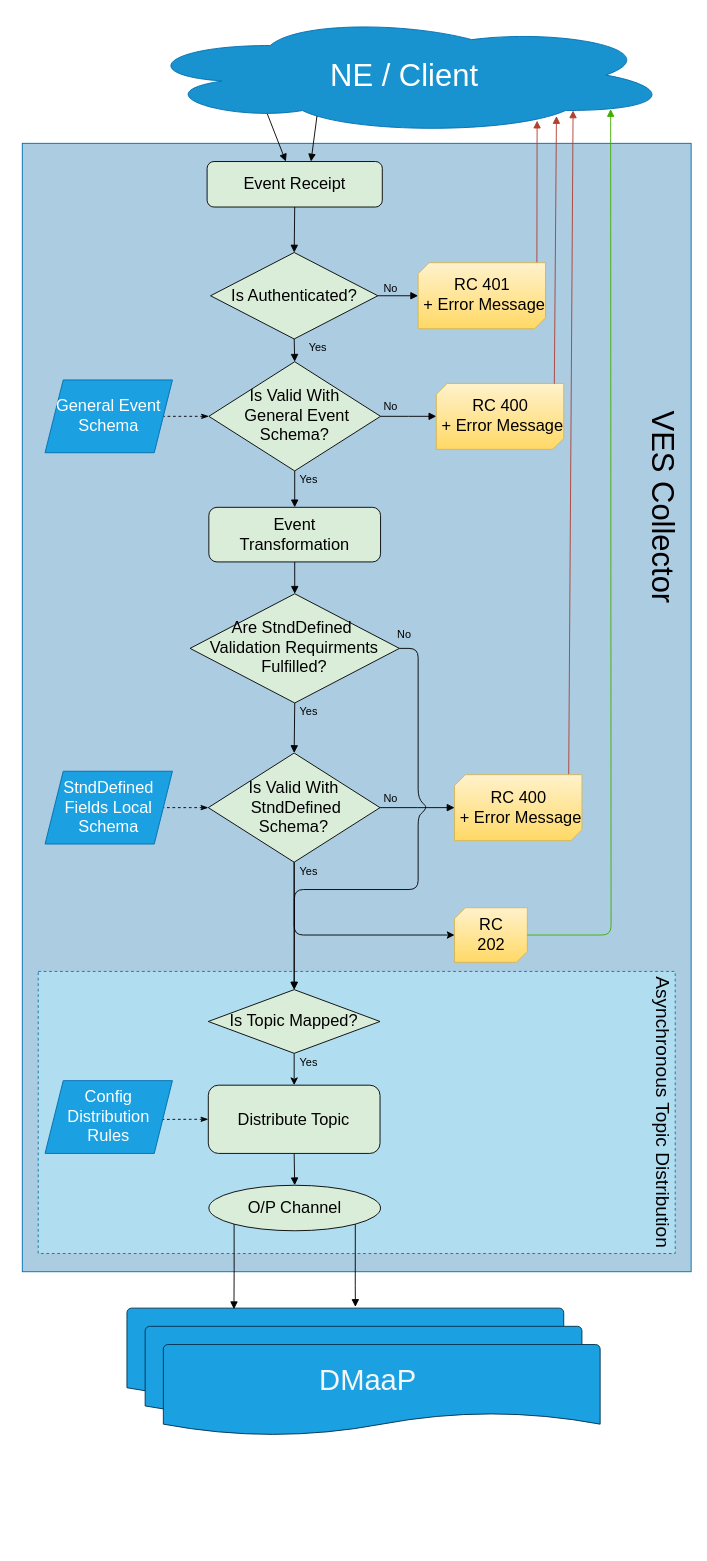
Earlier version of the draw.io diagram docs/sections/services/ves-http/ves-processing-flow.drawio (onap/dcaegen2). Source tidied: cells renumbered, new cells numbered last; positions are measured from the earlier drawing's top-left corner, leaving out a move shared by most shapes. Both pictures are drawn from the tidied source at 91%, with x=0, y=0 at pixel (22, 15).
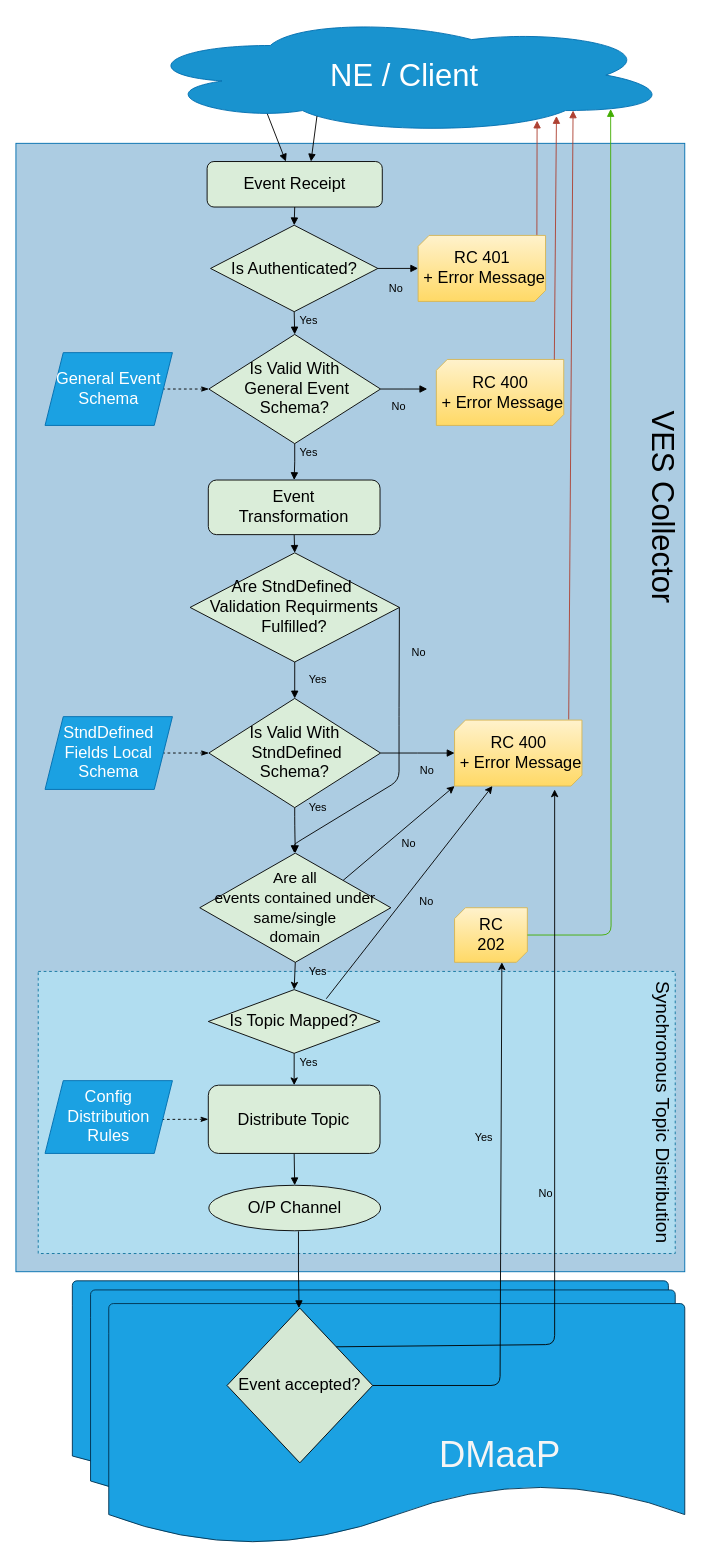
The same page after the edit.

Commit message (it also covers changes not shown here):
Adjust documentation after replacing cambria with DmaaP client

The change refers to these unchanged cells:
```xml
<mxCell id="23" value="Is Topic Mapped?" style="rhombus;whiteSpace=wrap;html=1;fontFamily=Helvetica;fontSize=18;fontColor=#000000;align=center;strokeColor=#000000;fillColor=#DAEDD9;" parent="1" vertex="1">
  <mxGeometry x="204.4" y="1070" width="188.7" height="70" as="geometry" />
</mxCell>
<mxCell id="24" value="&lt;font style=&quot;font-size: 18px&quot;&gt;RC&lt;br style=&quot;font-size: 18px&quot;&gt;202&lt;br&gt;&lt;/font&gt;" style="verticalLabelPosition=middle;verticalAlign=middle;html=1;shape=mxgraph.basic.diag_snip_rect;dx=6;fillColor=#fff2cc;labelPosition=center;align=center;strokeColor=#d6b656;gradientColor=#ffd966;fontSize=18;" parent="1" vertex="1">
  <mxGeometry x="475" y="980" width="80" height="60" as="geometry" />
</mxCell>
<mxCell id="43" value="O/P Channel" style="ellipse;whiteSpace=wrap;html=1;fontFamily=Helvetica;fontSize=18;fontColor=#000000;align=center;strokeColor=#000000;fillColor=#DAEDD9;" parent="1" vertex="1">
  <mxGeometry x="205" y="1285" width="188.7" height="50" as="geometry" />
</mxCell>
```

The edit, as a diff of the source:
```diff
@@
+    <mxCell id="60" style="strokeWidth=1;html=1;shape=mxgraph.flowchart.document2;whiteSpace=wrap;size=0.25;fillColor=#1ba1e2;fontSize=18;fontColor=#ffffff;strokeColor=#00314F;" parent="1" vertex="1">
+      <mxGeometry x="55" y="1390" width="655" height="220" as="geometry" />
+    </mxCell>
     <mxCell id="2" style="rounded=0;whiteSpace=wrap;html=1;fontFamily=Helvetica;fontSize=12;fontColor=#ffffff;align=left;strokeColor=#006EAF;fillColor=#ACCCE2;" parent="1" vertex="1">
-      <mxGeometry y="140" width="735" height="1240" as="geometry" />
+      <mxGeometry x="-7" y="140" width="735" height="1240" as="geometry" />
     </mxCell>
@@
-    <mxCell id="6" style="edgeStyle=orthogonalEdgeStyle;rounded=0;jettySize=auto;html=1;exitX=1;exitY=0.5;exitDx=0;exitDy=0;entryX=0;entryY=0.5;entryDx=0;entryDy=0;entryPerimeter=0;endArrow=block;endFill=1;fontSize=18;" parent="1" edge="1" source="7">
-      <mxGeometry relative="1" as="geometry">
-        <mxPoint x="435" y="307.5" as="targetPoint" />
-      </mxGeometry>
+    <mxCell id="6" style="edgeStyle=orthogonalEdgeStyle;rounded=0;jettySize=auto;html=1;exitX=1;exitY=0.5;exitDx=0;exitDy=0;entryX=0;entryY=0.5;entryDx=0;entryDy=0;entryPerimeter=0;endArrow=block;endFill=1;fontSize=18;" parent="1" edge="1" source="7" target="44">
+      <mxGeometry relative="1" as="geometry" />
     </mxCell>
     <mxCell id="7" value="&lt;font style=&quot;font-size: 18px&quot;&gt;Is Authenticated?&lt;/font&gt;" style="rhombus;whiteSpace=wrap;html=1;fillColor=#DAEDD9;fontSize=18;" parent="1" vertex="1">
-      <mxGeometry x="206.9" y="260" width="183.8" height="95" as="geometry" />
+      <mxGeometry x="206.9" y="230" width="183.8" height="95" as="geometry" />
     </mxCell>
@@
-    <mxCell id="10" style="edgeStyle=orthogonalEdgeStyle;rounded=0;jettySize=auto;html=1;exitX=1;exitY=0.5;exitDx=0;exitDy=0;entryX=0;entryY=0.5;entryDx=0;entryDy=0;entryPerimeter=0;endArrow=block;endFill=1;fontSize=18;" parent="1" edge="1" source="11">
+    <mxCell id="10" style="edgeStyle=orthogonalEdgeStyle;rounded=0;jettySize=auto;html=1;exitX=1;exitY=0.5;exitDx=0;exitDy=0;endArrow=block;endFill=1;fontSize=18;" parent="1" edge="1" source="11">
       <mxGeometry relative="1" as="geometry">
-        <mxPoint x="455" y="440" as="targetPoint" />
+        <mxPoint x="445" y="410" as="targetPoint" />
       </mxGeometry>
     </mxCell>
     <mxCell id="11" value="Is Valid With&lt;br&gt;&amp;nbsp;General Event&lt;br&gt;Schema?" style="rhombus;whiteSpace=wrap;html=1;fillColor=#DAEDD9;fontSize=18;" parent="1" vertex="1">
-      <mxGeometry x="205" y="380" width="188.7" height="120" as="geometry" />
+      <mxGeometry x="205" y="350" width="188.7" height="120" as="geometry" />
     </mxCell>
     <mxCell id="12" value="General Event Schema" style="shape=parallelogram;perimeter=parallelogramPerimeter;whiteSpace=wrap;html=1;fixedSize=1;fillColor=#1ba1e2;fontSize=18;strokeColor=#006EAF;fontColor=#ffffff;" parent="1" vertex="1">
-      <mxGeometry x="25" y="400" width="140" height="80" as="geometry" />
+      <mxGeometry x="25" y="370" width="140" height="80" as="geometry" />
     </mxCell>
@@
     <mxCell id="14" value="Event&lt;br&gt;Transformation" style="rounded=1;whiteSpace=wrap;html=1;fontFamily=Helvetica;fontSize=18;fontColor=#000000;align=center;strokeColor=#000000;fillColor=#DAEDD9;" parent="1" vertex="1">
-      <mxGeometry x="205" y="540" width="188.7" height="60" as="geometry" />
+      <mxGeometry x="204.4" y="510" width="188.7" height="60" as="geometry" />
     </mxCell>
@@
-    <mxCell id="16" style="edgeStyle=orthogonalEdgeStyle;rounded=0;jettySize=auto;html=1;exitX=1;exitY=0.5;exitDx=0;exitDy=0;entryX=0;entryY=0.5;entryDx=0;entryDy=0;entryPerimeter=0;endArrow=block;endFill=1;fontSize=18;" parent="1" edge="1" source="18">
-      <mxGeometry relative="1" as="geometry">
-        <mxPoint x="475" y="870" as="targetPoint" />
-      </mxGeometry>
+    <mxCell id="16" style="edgeStyle=orthogonalEdgeStyle;rounded=0;jettySize=auto;html=1;exitX=1;exitY=0.5;exitDx=0;exitDy=0;entryX=0;entryY=0.5;entryDx=0;entryDy=0;entryPerimeter=0;endArrow=block;endFill=1;fontSize=18;" parent="1" edge="1" source="18" target="46">
+      <mxGeometry relative="1" as="geometry" />
     </mxCell>
-    <mxCell id="17" style="edgeStyle=orthogonalEdgeStyle;rounded=1;jettySize=auto;html=1;exitX=0.5;exitY=1;exitDx=0;exitDy=0;entryX=0;entryY=0.5;entryDx=0;entryDy=0;entryPerimeter=0;" parent="1" edge="1" source="18" target="24">
+    <mxCell id="17" style="edgeStyle=orthogonalEdgeStyle;rounded=1;jettySize=auto;html=1;exitX=0.5;exitY=1;exitDx=0;exitDy=0;entryX=0.5;entryY=0;entryDx=0;entryDy=0;" parent="1" edge="1" source="18" target="69">
       <mxGeometry relative="1" as="geometry">
         <Array as="points">
-          <mxPoint x="299" y="1010" />
+          <mxPoint x="300" y="890" />
         </Array>
       </mxGeometry>
     </mxCell>
     <mxCell id="18" value="Is Valid With&lt;br&gt;&amp;nbsp;StndDefined &lt;br&gt;Schema?" style="rhombus;whiteSpace=wrap;html=1;fillColor=#DAEDD9;fontSize=18;" parent="1" vertex="1">
-      <mxGeometry x="204.4" y="810" width="188.7" height="120" as="geometry" />
+      <mxGeometry x="205" y="750" width="188.7" height="120" as="geometry" />
     </mxCell>
     <mxCell id="19" value="StndDefined&lt;br&gt;Fields Local&lt;br&gt;Schema" style="shape=parallelogram;perimeter=parallelogramPerimeter;whiteSpace=wrap;html=1;fixedSize=1;fillColor=#1ba1e2;fontSize=18;strokeColor=#006EAF;fontColor=#ffffff;" parent="1" vertex="1">
-      <mxGeometry x="25" y="830" width="140" height="80" as="geometry" />
+      <mxGeometry x="25" y="770" width="140" height="80" as="geometry" />
     </mxCell>
@@
-    <mxCell id="21" value="&lt;font style=&quot;font-size: 21px&quot;&gt;Asynchronous Topic Distribution&lt;/font&gt;" style="text;html=1;strokeColor=none;fillColor=none;align=center;verticalAlign=middle;whiteSpace=wrap;rounded=0;dashed=1;fontSize=18;rotation=90;" parent="1" vertex="1">
+    <mxCell id="21" value="&lt;font style=&quot;font-size: 21px&quot;&gt;Synchronous Topic Distribution&lt;/font&gt;" style="text;html=1;strokeColor=none;fillColor=none;align=center;verticalAlign=middle;whiteSpace=wrap;rounded=0;dashed=1;fontSize=18;rotation=90;" parent="1" vertex="1">
       <mxGeometry x="545" y="1195" width="320" height="20" as="geometry" />
     </mxCell>
@@
-    <mxCell id="30" style="edgeStyle=orthogonalEdgeStyle;rounded=0;jettySize=auto;html=1;exitX=0.5;exitY=1;exitDx=0;exitDy=0;entryX=0.5;entryY=0;entryDx=0;entryDy=0;endArrow=block;endFill=1;fontSize=18;" parent="1" edge="1" source="18" target="23">
-      <mxGeometry relative="1" as="geometry" />
-    </mxCell>
@@
-    <mxCell id="37" style="strokeWidth=1;html=1;shape=mxgraph.flowchart.document2;whiteSpace=wrap;size=0.25;fillColor=#1ba1e2;fontSize=18;fontColor=#ffffff;strokeColor=#00314F;" parent="1" vertex="1">
-      <mxGeometry x="115" y="1420" width="480" height="100" as="geometry" />
-    </mxCell>
-    <mxCell id="38" style="strokeWidth=1;html=1;shape=mxgraph.flowchart.document2;whiteSpace=wrap;size=0.25;fillColor=#1ba1e2;fontSize=18;fontColor=#ffffff;strokeColor=#00314F;" parent="1" vertex="1">
-      <mxGeometry x="135" y="1440" width="480" height="100" as="geometry" />
-    </mxCell>
-    <mxCell id="39" style="strokeWidth=1;html=1;shape=mxgraph.flowchart.document2;whiteSpace=wrap;size=0.25;fillColor=#1ba1e2;fontSize=18;fontColor=#ffffff;strokeColor=#00314F;" parent="1" vertex="1">
-      <mxGeometry x="155" y="1460" width="480" height="100" as="geometry" />
-    </mxCell>
-    <mxCell id="40" value="&lt;font style=&quot;font-size: 32px&quot;&gt;DMaaP&lt;/font&gt;" style="text;html=1;align=center;verticalAlign=middle;whiteSpace=wrap;rounded=0;fontSize=18;fontColor=#F5F5F5;" parent="1" vertex="1">
-      <mxGeometry x="360" y="1490" width="40" height="20" as="geometry" />
-    </mxCell>
-    <mxCell id="41" style="edgeStyle=orthogonalEdgeStyle;rounded=0;jettySize=auto;html=1;exitX=0;exitY=1;exitDx=0;exitDy=0;entryX=0.245;entryY=0.012;entryDx=0;entryDy=0;entryPerimeter=0;endArrow=block;endFill=1;fontSize=18;fontColor=#F5F5F5;" parent="1" edge="1" source="43" target="37">
-      <mxGeometry relative="1" as="geometry" />
-    </mxCell>
-    <mxCell id="42" style="edgeStyle=orthogonalEdgeStyle;rounded=0;jettySize=auto;html=1;exitX=1;exitY=1;exitDx=0;exitDy=0;entryX=0.523;entryY=-0.013;entryDx=0;entryDy=0;entryPerimeter=0;endArrow=block;endFill=1;fontSize=18;fontColor=#F5F5F5;" parent="1" edge="1" source="43" target="37">
-      <mxGeometry relative="1" as="geometry">
-        <Array as="points">
-          <mxPoint x="366" y="1395" />
-          <mxPoint x="366" y="1395" />
-        </Array>
-      </mxGeometry>
-    </mxCell>
@@
     <mxCell id="44" value="&lt;font style=&quot;font-size: 18px&quot;&gt;RC 401&lt;br&gt;&amp;nbsp;+ Error Message&lt;br&gt;&lt;/font&gt;" style="verticalLabelPosition=middle;verticalAlign=middle;html=1;shape=mxgraph.basic.diag_snip_rect;dx=6;fillColor=#fff2cc;labelPosition=center;align=center;strokeColor=#d6b656;gradientColor=#ffd966;fontSize=18;" parent="1" vertex="1">
-      <mxGeometry x="435" y="271.2" width="140" height="72.5" as="geometry" />
+      <mxGeometry x="435" y="241.2" width="140" height="72.5" as="geometry" />
     </mxCell>
     <mxCell id="45" value="&lt;font style=&quot;font-size: 18px&quot;&gt;RC 400&lt;br&gt;&amp;nbsp;+ Error Message&lt;br&gt;&lt;/font&gt;" style="verticalLabelPosition=middle;verticalAlign=middle;html=1;shape=mxgraph.basic.diag_snip_rect;dx=6;fillColor=#fff2cc;labelPosition=center;align=center;strokeColor=#d6b656;gradientColor=#ffd966;fontSize=18;" parent="1" vertex="1">
-      <mxGeometry x="455" y="403.8" width="140" height="72.5" as="geometry" />
+      <mxGeometry x="455" y="377.5" width="140" height="72.5" as="geometry" />
     </mxCell>
     <mxCell id="46" value="&lt;font style=&quot;font-size: 18px&quot;&gt;RC 400&lt;br&gt;&amp;nbsp;+ Error Message&lt;br&gt;&lt;/font&gt;" style="verticalLabelPosition=middle;verticalAlign=middle;html=1;shape=mxgraph.basic.diag_snip_rect;dx=6;fillColor=#fff2cc;labelPosition=center;align=center;strokeColor=#d6b656;gradientColor=#ffd966;fontSize=18;" parent="1" vertex="1">
-      <mxGeometry x="475" y="833.8" width="140" height="72.5" as="geometry" />
+      <mxGeometry x="475" y="773.8" width="140" height="72.5" as="geometry" />
     </mxCell>
@@
     <mxCell id="48" value="No" style="text;html=1;strokeColor=none;fillColor=none;align=center;verticalAlign=middle;whiteSpace=wrap;rounded=0;" parent="1" vertex="1">
-      <mxGeometry x="385" y="290" width="40" height="20" as="geometry" />
+      <mxGeometry x="390.6" y="290" width="40" height="20" as="geometry" />
     </mxCell>
     <mxCell id="49" value="No" style="text;html=1;strokeColor=none;fillColor=none;align=center;verticalAlign=middle;whiteSpace=wrap;rounded=0;" parent="1" vertex="1">
-      <mxGeometry x="385" y="420" width="40" height="20" as="geometry" />
+      <mxGeometry x="393.7" y="420" width="40" height="20" as="geometry" />
     </mxCell>
     <mxCell id="50" value="No" style="text;html=1;strokeColor=none;fillColor=none;align=center;verticalAlign=middle;whiteSpace=wrap;rounded=0;" parent="1" vertex="1">
-      <mxGeometry x="385" y="850" width="40" height="20" as="geometry" />
+      <mxGeometry x="425" y="820" width="40" height="20" as="geometry" />
     </mxCell>
     <mxCell id="51" value="Yes" style="text;html=1;strokeColor=none;fillColor=none;align=center;verticalAlign=middle;whiteSpace=wrap;rounded=0;" parent="1" vertex="1">
-      <mxGeometry x="305" y="355" width="40" height="20" as="geometry" />
+      <mxGeometry x="295" y="325" width="40" height="20" as="geometry" />
     </mxCell>
     <mxCell id="52" value="&lt;font style=&quot;font-size: 18px&quot;&gt;Are StndDefined&amp;nbsp;&lt;br&gt;Validation Requirments&lt;br&gt;Fulfilled?&lt;br&gt;&lt;/font&gt;" style="rhombus;whiteSpace=wrap;html=1;fillColor=#DAEDD9;fontSize=18;" parent="1" vertex="1">
-      <mxGeometry x="184.4" y="635" width="230" height="120" as="geometry" />
+      <mxGeometry x="184.4" y="590" width="230" height="120" as="geometry" />
     </mxCell>
     <mxCell id="53" value="Yes" style="text;html=1;strokeColor=none;fillColor=none;align=center;verticalAlign=middle;whiteSpace=wrap;rounded=0;" parent="1" vertex="1">
-      <mxGeometry x="295" y="500" width="40" height="20" as="geometry" />
+      <mxGeometry x="295" y="470" width="40" height="20" as="geometry" />
     </mxCell>
@@
     <mxCell id="55" value="Yes" style="text;html=1;strokeColor=none;fillColor=none;align=center;verticalAlign=middle;whiteSpace=wrap;rounded=0;" parent="1" vertex="1">
-      <mxGeometry x="295" y="755" width="40" height="20" as="geometry" />
+      <mxGeometry x="305" y="720" width="40" height="20" as="geometry" />
     </mxCell>
-    <mxCell id="56" style="endArrow=block;html=1;exitX=1;exitY=0.5;exitDx=0;exitDy=0;endFill=1;entryX=0.5;entryY=0;entryDx=0;entryDy=0;" parent="1" edge="1" source="52" target="23">
+    <mxCell id="56" style="endArrow=block;html=1;exitX=1;exitY=0.5;exitDx=0;exitDy=0;endFill=1;" parent="1" edge="1" source="52">
       <mxGeometry relative="1" as="geometry">
+        <mxPoint x="299" y="920" as="targetPoint" />
         <Array as="points">
-          <mxPoint x="435" y="695" />
-          <mxPoint x="435" y="860" />
-          <mxPoint x="445" y="870" />
-          <mxPoint x="435" y="880" />
-          <mxPoint x="435" y="960" />
-          <mxPoint x="299" y="960" />
+          <mxPoint x="414" y="770" />
+          <mxPoint x="414" y="840" />
+          <mxPoint x="299" y="910" />
         </Array>
       </mxGeometry>
     </mxCell>
     <mxCell id="57" value="Yes" style="text;html=1;strokeColor=none;fillColor=none;align=center;verticalAlign=middle;whiteSpace=wrap;rounded=0;" parent="1" vertex="1">
-      <mxGeometry x="295" y="930" width="40" height="20" as="geometry" />
+      <mxGeometry x="305" y="860" width="40" height="20" as="geometry" />
     </mxCell>
     <mxCell id="58" value="No" style="text;html=1;strokeColor=none;fillColor=none;align=center;verticalAlign=middle;whiteSpace=wrap;rounded=0;" parent="1" vertex="1">
-      <mxGeometry x="400" y="670" width="40" height="20" as="geometry" />
+      <mxGeometry x="416.2" y="690" width="40" height="20" as="geometry" />
     </mxCell>
@@
+    <mxCell id="61" style="strokeWidth=1;html=1;shape=mxgraph.flowchart.document2;whiteSpace=wrap;size=0.25;fillColor=#1ba1e2;fontSize=18;fontColor=#ffffff;strokeColor=#00314F;" parent="1" vertex="1">
+      <mxGeometry x="75" y="1400" width="642.5" height="240" as="geometry" />
+    </mxCell>
+    <mxCell id="39" style="strokeWidth=1;html=1;shape=mxgraph.flowchart.document2;whiteSpace=wrap;size=0.25;fillColor=#1ba1e2;fontSize=18;fontColor=#ffffff;strokeColor=#00314F;" parent="1" vertex="1">
+      <mxGeometry x="95" y="1415" width="633" height="265" as="geometry" />
+    </mxCell>
+    <mxCell id="62" value="&lt;font style=&quot;font-size: 18px&quot;&gt;Event accepted?&lt;/font&gt;" style="rhombus;whiteSpace=wrap;html=1;fillColor=#d5e8d4;rounded=0;sketch=0;shadow=0;labelBorderColor=none;" parent="1" vertex="1">
+      <mxGeometry x="225" y="1420" width="160" height="170" as="geometry" />
+    </mxCell>
+    <mxCell id="40" value="&lt;font style=&quot;font-size: 40px&quot;&gt;DMaaP&lt;/font&gt;" style="text;html=1;align=center;verticalAlign=middle;whiteSpace=wrap;rounded=0;fontSize=18;fontColor=#F5F5F5;" parent="1" vertex="1">
+      <mxGeometry x="505" y="1570" width="40" height="20" as="geometry" />
+    </mxCell>
+    <mxCell id="41" style="edgeStyle=orthogonalEdgeStyle;rounded=0;jettySize=auto;html=1;endArrow=block;endFill=1;fontSize=18;fontColor=#F5F5F5;exitX=0.522;exitY=1.012;exitDx=0;exitDy=0;exitPerimeter=0;" parent="1" edge="1" source="43">
+      <mxGeometry relative="1" as="geometry">
+        <mxPoint x="304" y="1420" as="targetPoint" />
+        <Array as="points">
+          <mxPoint x="304" y="1380" />
+          <mxPoint x="304" y="1380" />
+          <mxPoint x="304" y="1410" />
+        </Array>
+      </mxGeometry>
+    </mxCell>
+    <mxCell id="63" style="endArrow=classic;html=1;exitX=1;exitY=0.5;exitDx=0;exitDy=0;entryX=0.65;entryY=1;entryDx=0;entryDy=0;entryPerimeter=0;" parent="1" edge="1" source="62" target="24">
+      <mxGeometry relative="1" as="geometry">
+        <Array as="points">
+          <mxPoint x="525" y="1505" />
+        </Array>
+      </mxGeometry>
+    </mxCell>
+    <mxCell id="64" value="&lt;div style=&quot;font-size: 12px&quot;&gt;&lt;font style=&quot;font-size: 12px&quot;&gt;Yes&lt;/font&gt;&lt;/div&gt;" style="edgeLabel;html=1;align=center;verticalAlign=middle;labelBackgroundColor=#B1DDF0;" parent="63" vertex="1">
+      <mxGeometry x="0.4" y="4" relative="1" as="geometry">
+        <mxPoint x="-16" y="12" as="offset" />
+      </mxGeometry>
+    </mxCell>
+    <mxCell id="65" style="endArrow=classic;html=1;exitX=1;exitY=0;exitDx=0;exitDy=0;" parent="1" edge="1" source="62">
+      <mxGeometry relative="1" as="geometry">
+        <mxPoint x="585" y="850" as="targetPoint" />
+        <Array as="points">
+          <mxPoint x="585" y="1460" />
+        </Array>
+      </mxGeometry>
+    </mxCell>
+    <mxCell id="66" value="&lt;div style=&quot;font-size: 12px&quot;&gt;&lt;font style=&quot;font-size: 12px&quot;&gt;No&lt;/font&gt;&lt;/div&gt;" style="edgeLabel;html=1;align=center;verticalAlign=middle;labelBackgroundColor=#ACCCE2;" parent="1" vertex="1">
+      <mxGeometry x="445" y="970" as="geometry">
+        <mxPoint x="-2" y="2" as="offset" />
+      </mxGeometry>
+    </mxCell>
+    <mxCell id="67" style="endArrow=classic;html=1;strokeColor=#000000;exitX=0.687;exitY=0.143;exitDx=0;exitDy=0;exitPerimeter=0;" parent="1" edge="1" source="23" target="46">
+      <mxGeometry relative="1" as="geometry" />
+    </mxCell>
+    <mxCell id="68" value="&lt;div style=&quot;font-size: 12px&quot;&gt;&lt;font style=&quot;font-size: 12px&quot;&gt;No&lt;/font&gt;&lt;/div&gt;&lt;div style=&quot;font-size: 12px&quot;&gt;&lt;font style=&quot;font-size: 12px&quot;&gt;&lt;br&gt;&lt;/font&gt;&lt;/div&gt;" style="edgeLabel;html=1;align=center;verticalAlign=middle;labelBackgroundColor=#B1DDF0;" parent="1" vertex="1">
+      <mxGeometry x="575" y="1295" as="geometry">
+        <mxPoint x="-1" y="5" as="offset" />
+      </mxGeometry>
+    </mxCell>
+    <mxCell id="69" value="&lt;div&gt;&lt;font style=&quot;font-size: 17px&quot;&gt;Are all&lt;/font&gt;&lt;/div&gt;&lt;div&gt;&lt;font style=&quot;font-size: 17px&quot;&gt; events contained under same/single &lt;br&gt;&lt;/font&gt;&lt;/div&gt;&lt;div&gt;&lt;font style=&quot;font-size: 17px&quot;&gt;domain&lt;/font&gt;&lt;/div&gt;" style="rhombus;whiteSpace=wrap;html=1;fillColor=#DAEDD9;fontSize=18;" parent="1" vertex="1">
+      <mxGeometry x="195" y="920" width="210" height="120" as="geometry" />
+    </mxCell>
+    <mxCell id="70" style="endArrow=classic;html=1;exitX=0.5;exitY=1;exitDx=0;exitDy=0;entryX=0.5;entryY=0;entryDx=0;entryDy=0;" parent="1" edge="1" source="69" target="23">
+      <mxGeometry relative="1" as="geometry" />
+    </mxCell>
+    <mxCell id="71" value="Yes" style="text;html=1;strokeColor=none;fillColor=none;align=center;verticalAlign=middle;whiteSpace=wrap;rounded=0;" parent="1" vertex="1">
+      <mxGeometry x="305" y="1040" width="40" height="20" as="geometry" />
+    </mxCell>
+    <mxCell id="72" style="endArrow=classic;html=1;exitX=1;exitY=0;exitDx=0;exitDy=0;entryX=0;entryY=1;entryDx=0;entryDy=0;entryPerimeter=0;" parent="1" edge="1" source="69" target="46">
+      <mxGeometry relative="1" as="geometry" />
+    </mxCell>
+    <mxCell id="73" value="No" style="text;html=1;strokeColor=none;fillColor=none;align=center;verticalAlign=middle;whiteSpace=wrap;rounded=0;" parent="1" vertex="1">
+      <mxGeometry x="405" y="900" width="40" height="20" as="geometry" />
+    </mxCell>
```
